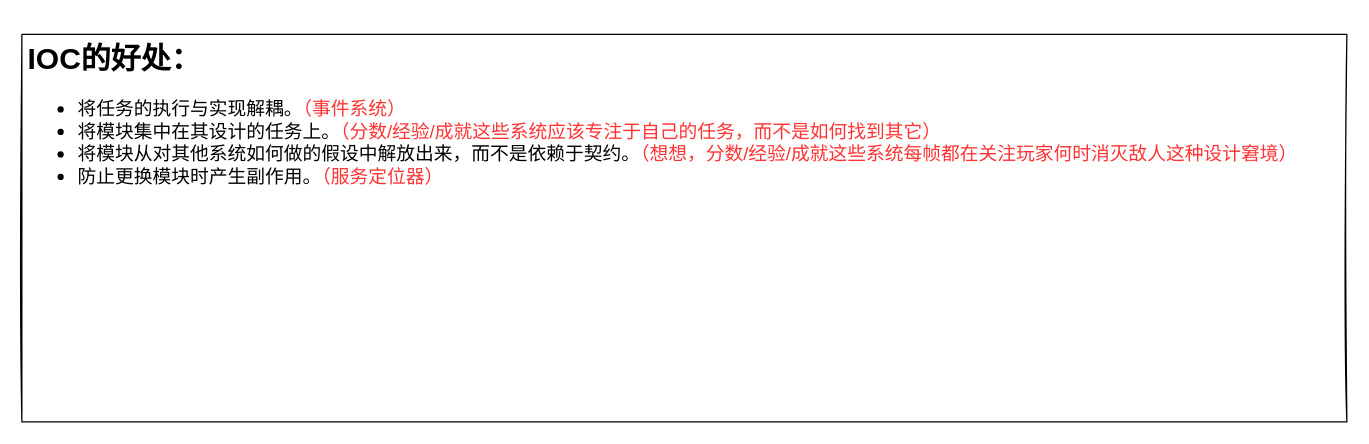
This is page "IOC的好处" (3 of 8) of StartFramework.drawio from sass00n1/StartFramework, a draw.io file, before an edit. Source tidied: cells renumbered, new cells numbered last; positions are measured from the earlier drawing's top-left corner, leaving out a move shared by most shapes. Both pictures are drawn from the tidied source at 125%, with x=0, y=0 at pixel (21, 34).
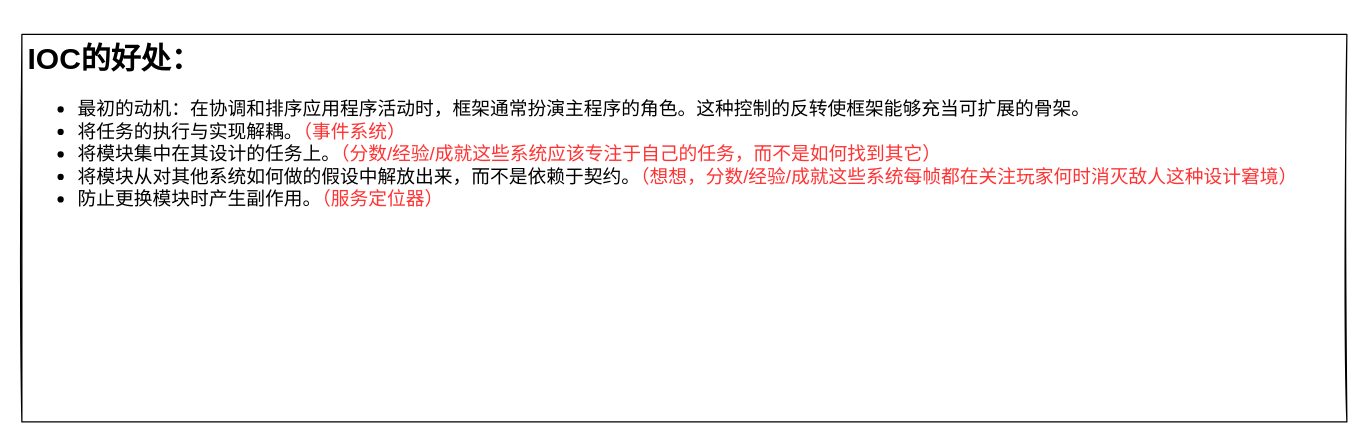
The same page after the edit.

The edit, as a diff of the source:
```diff
@@
 <mxGraphModel>
   <root>
     <mxCell id="0" />
     <mxCell id="1" parent="0" />
-    <mxCell id="2" value="&lt;h1&gt;IOC的好处：&lt;/h1&gt;&lt;div style=&quot;font-size: 15px&quot;&gt;&lt;ul&gt;&lt;li&gt;将任务的执行与实现解耦。&lt;font style=&quot;font-size: 15px&quot; color=&quot;#FF3333&quot;&gt;（事件系统）&lt;/font&gt;&lt;/li&gt;&lt;li&gt;将模块集中在其设计的任务上。&lt;font color=&quot;#FF3333&quot;&gt;（分数/经验/成就这些系统应该专注于自己的任务，而不是如何找到其它）&lt;/font&gt;&lt;/li&gt;&lt;li&gt;将模块从对其他系统如何做的假设中解放出来，而不是依赖于契约。&lt;font color=&quot;#FF3333&quot;&gt;（想想，分数/经验/成就这些系统每帧都在关注玩家何时消灭敌人这种设计窘境）&lt;/font&gt;&lt;/li&gt;&lt;li&gt;防止更换模块时产生副作用。&lt;font style=&quot;font-size: 15px&quot; color=&quot;#FF3333&quot;&gt;（服务定位器）&lt;/font&gt;&lt;/li&gt;&lt;/ul&gt;&lt;/div&gt;" style="text;html=1;strokeColor=default;fillColor=none;spacing=5;spacingTop=-20;whiteSpace=wrap;overflow=hidden;rounded=0;shadow=0;glass=0;sketch=1;" parent="1" vertex="1">
+    <mxCell id="2" value="&lt;h1&gt;IOC的好处：&lt;/h1&gt;&lt;div style=&quot;font-size: 15px&quot;&gt;&lt;ul&gt;&lt;li&gt;最初的动机：在协调和排序应用程序活动时，框架通常扮演主程序的角色。这种控制的反转使框架能够充当可扩展的骨架。&lt;/li&gt;&lt;li&gt;将任务的执行与实现解耦。&lt;font style=&quot;font-size: 15px&quot; color=&quot;#FF3333&quot;&gt;（事件系统）&lt;/font&gt;&lt;/li&gt;&lt;li&gt;将模块集中在其设计的任务上。&lt;font color=&quot;#FF3333&quot;&gt;（分数/经验/成就这些系统应该专注于自己的任务，而不是如何找到其它）&lt;/font&gt;&lt;/li&gt;&lt;li&gt;将模块从对其他系统如何做的假设中解放出来，而不是依赖于契约。&lt;font color=&quot;#FF3333&quot;&gt;（想想，分数/经验/成就这些系统每帧都在关注玩家何时消灭敌人这种设计窘境）&lt;/font&gt;&lt;/li&gt;&lt;li&gt;防止更换模块时产生副作用。&lt;font style=&quot;font-size: 15px&quot; color=&quot;#FF3333&quot;&gt;（服务定位器）&lt;/font&gt;&lt;/li&gt;&lt;/ul&gt;&lt;/div&gt;" style="text;html=1;strokeColor=default;fillColor=none;spacing=5;spacingTop=-20;whiteSpace=wrap;overflow=hidden;rounded=0;shadow=0;glass=0;sketch=1;" parent="1" vertex="1">
       <mxGeometry width="1060" height="310" as="geometry" />
     </mxCell>
   </root>
 </mxGraphModel>
```
